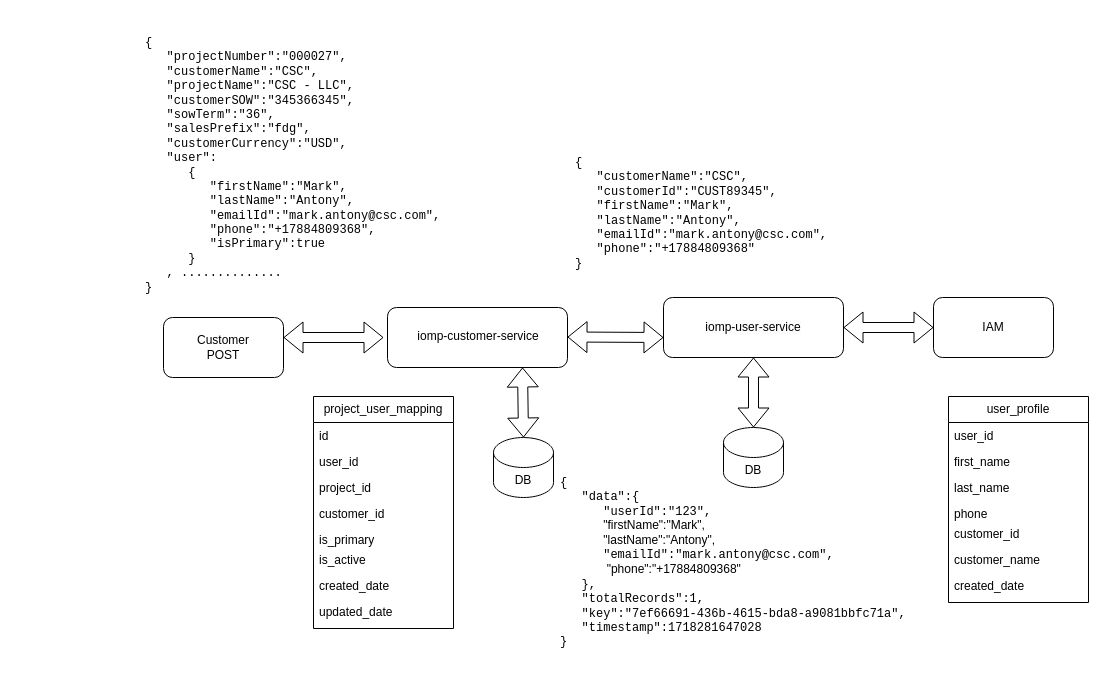
wesco-chandanabuduru/common-entities keeps this draw.io diagram as Edit and remove contact for customer account.drawio. Above is the earlier version. Source tidied: cells renumbered, new cells numbered last; positions are measured from the earlier drawing's top-left corner, leaving out a move shared by most shapes. Both pictures are drawn from the tidied source at 100%, with x=0, y=0 at pixel (143, 17).
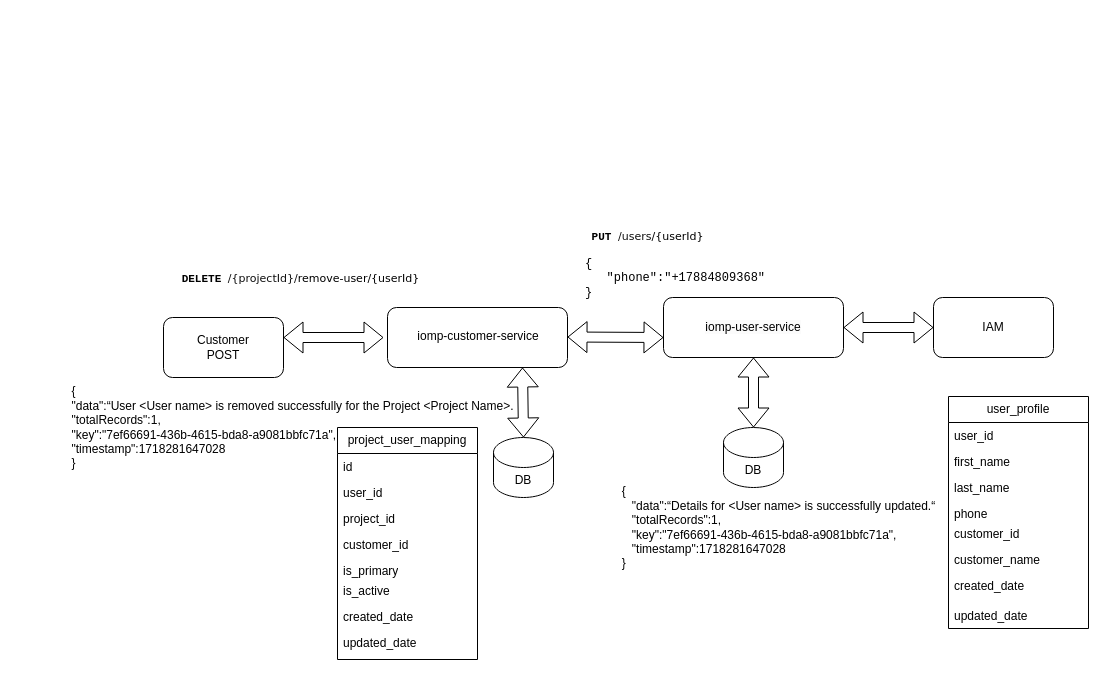
The same page after the edit.

What changed in the source:
```diff
@@
-    <mxCell id="8" value="&lt;pre style=&quot;margin-top: 0px;&quot;&gt;&lt;pre&gt;&lt;pre&gt;&lt;pre&gt;&lt;span dir=&quot;ltr&quot; class=&quot;ui-provider a b c d e f g h i j k l m n o p q r s t u v w x y z ab ac ae af ag ah ai aj ak&quot;&gt;&lt;p&gt;{&lt;br&gt;   &quot;projectNumber&quot;:&quot;000027&quot;,&lt;br&gt;   &quot;customerName&quot;:&quot;CSC&quot;,&lt;br&gt;   &quot;projectName&quot;:&quot;CSC - LLC&quot;,&lt;br&gt;   &quot;customerSOW&quot;:&quot;345366345&quot;,&lt;br&gt;   &quot;sowTerm&quot;:&quot;36&quot;,&lt;br&gt;   &quot;salesPrefix&quot;:&quot;fdg&quot;,&lt;br&gt;   &quot;customerCurrency&quot;:&quot;USD&quot;,&lt;br&gt;   &quot;user&quot;:&lt;br&gt;      {&lt;br&gt;         &quot;firstName&quot;:&quot;Mark&quot;,&lt;br&gt;         &quot;lastName&quot;:&quot;Antony&quot;,&lt;br&gt;         &quot;emailId&quot;:&quot;mark.antony@csc.com&quot;,&lt;br&gt;         &quot;phone&quot;:&quot;+17884809368&quot;,&lt;br&gt;         &quot;isPrimary&quot;:true&lt;br&gt;      }&lt;br&gt;   , ..............&lt;br&gt;}&lt;br&gt;&lt;/p&gt;&lt;p&gt;&lt;/p&gt;&lt;/span&gt;&lt;/pre&gt;&lt;/pre&gt;&lt;/pre&gt;&lt;/pre&gt;" style="text;html=1;whiteSpace=wrap;overflow=hidden;rounded=0;align=left;" parent="1" vertex="1">
-      <mxGeometry width="360" height="290" as="geometry" />
+    <mxCell id="8" value="&lt;pre style=&quot;margin-top: 0px;&quot;&gt;&lt;pre&gt;&lt;pre&gt;&lt;pre&gt;&lt;span dir=&quot;ltr&quot; class=&quot;ui-provider a b c d e f g h i j k l m n o p q r s t u v w x y z ab ac ae af ag ah ai aj ak&quot;&gt;&lt;p&gt;&lt;font style=&quot;font-size: 9px;&quot;&gt;&lt;br&gt;&lt;/font&gt;&lt;/p&gt;&lt;p&gt;&lt;font style=&quot;&quot;&gt;&lt;span style=&quot;font-size: 10px;&quot;&gt;     &lt;/span&gt;&lt;font style=&quot;font-size: 11px;&quot;&gt; &lt;b&gt;DELETE&lt;/b&gt;&lt;font style=&quot;&quot; color=&quot;#0f0f0f&quot;&gt; &lt;/font&gt;&lt;font style=&quot;&quot; face=&quot;Verdana&quot;&gt;&lt;span style=&quot;background-color: rgb(255, 255, 255); white-space: normal;&quot;&gt;&lt;font color=&quot;#0f0f0f&quot;&gt;/{projectId}&lt;/font&gt;&lt;/span&gt;&lt;span style=&quot;background-color: initial; white-space: normal;&quot;&gt;&lt;font style=&quot;&quot; color=&quot;#0f0f0f&quot;&gt;/&lt;/font&gt;remove-user/{userId}&lt;/span&gt;&lt;/font&gt;&lt;/font&gt;&lt;/font&gt;&lt;/p&gt;&lt;p&gt;&lt;/p&gt;&lt;/span&gt;&lt;/pre&gt;&lt;/pre&gt;&lt;/pre&gt;&lt;/pre&gt;" style="text;html=1;whiteSpace=wrap;overflow=hidden;rounded=0;align=left;" parent="1" vertex="1">
+      <mxGeometry y="210" width="360" height="70" as="geometry" />
     </mxCell>
@@
-    <mxCell id="13" value="&lt;pre style=&quot;margin-top: 0px;&quot;&gt;&lt;pre&gt;&lt;pre&gt;&lt;pre&gt;&lt;span dir=&quot;ltr&quot; class=&quot;ui-provider a b c d e f g h i j k l m n o p q r s t u v w x y z ab ac ae af ag ah ai aj ak&quot;&gt;&lt;pre&gt;{&lt;br/&gt;   &quot;customerName&quot;:&quot;CSC&quot;,&lt;br/&gt;   &quot;customerId&quot;:&quot;CUST89345&quot;,&lt;br/&gt;   &quot;firstName&quot;:&quot;Mark&quot;,&lt;br/&gt;   &quot;lastName&quot;:&quot;Antony&quot;,&lt;br/&gt;   &quot;emailId&quot;:&quot;mark.antony@csc.com&quot;,&lt;br/&gt;   &quot;phone&quot;:&quot;+17884809368&quot;&lt;br/&gt;}&lt;br&gt;&lt;/pre&gt;&lt;/span&gt;&lt;/pre&gt;&lt;/pre&gt;&lt;/pre&gt;&lt;/pre&gt;" style="text;html=1;whiteSpace=wrap;overflow=hidden;rounded=0;align=left;" parent="1" vertex="1">
-      <mxGeometry x="430" y="120" width="390" height="180" as="geometry" />
+    <mxCell id="13" value="&lt;pre style=&quot;margin-top: 0px;&quot;&gt;&lt;pre&gt;&lt;pre&gt;&lt;pre&gt;&lt;span dir=&quot;ltr&quot; class=&quot;ui-provider a b c d e f g h i j k l m n o p q r s t u v w x y z ab ac ae af ag ah ai aj ak&quot;&gt;&lt;pre&gt;&lt;span dir=&quot;ltr&quot; class=&quot;ui-provider a b c d e f g h i j k l m n o p q r s t u v w x y z ab ac ae af ag ah ai aj ak&quot;&gt;&lt;p&gt;&lt;span style=&quot;font-size: 10px;&quot;&gt;&lt;br class=&quot;Apple-interchange-newline&quot;&gt;&lt;/span&gt;&lt;font style=&quot;font-size: 11px;&quot;&gt; &lt;b&gt;PUT&lt;/b&gt;&lt;font color=&quot;#0f0f0f&quot;&gt; &lt;/font&gt;&lt;font face=&quot;Verdana&quot;&gt;&lt;span style=&quot;background-color: rgb(255, 255, 255); white-space: normal;&quot;&gt;&lt;font color=&quot;#0f0f0f&quot;&gt;/users&lt;/font&gt;&lt;/span&gt;&lt;span style=&quot;background-color: initial; white-space: normal;&quot;&gt;/{userId}&lt;/span&gt;&lt;/font&gt;&lt;/font&gt;&lt;/p&gt;&lt;/span&gt;&lt;/pre&gt;&lt;pre&gt;{&lt;br&gt;   &quot;phone&quot;:&quot;+17884809368&quot;&lt;br&gt;}&lt;br&gt;&lt;/pre&gt;&lt;/span&gt;&lt;/pre&gt;&lt;/pre&gt;&lt;/pre&gt;&lt;/pre&gt;" style="text;html=1;whiteSpace=wrap;overflow=hidden;rounded=0;align=left;" parent="1" vertex="1">
+      <mxGeometry x="440" y="180" width="390" height="180" as="geometry" />
     </mxCell>
-    <mxCell id="14" value="&lt;pre style=&quot;margin-top: 0px;&quot;&gt;&lt;pre&gt;&lt;pre&gt;&lt;pre&gt;&lt;span dir=&quot;ltr&quot; class=&quot;ui-provider a b c d e f g h i j k l m n o p q r s t u v w x y z ab ac ae af ag ah ai aj ak&quot;&gt;&lt;pre&gt;&lt;pre&gt;&lt;pre&gt;{&lt;br&gt;   &quot;data&quot;:{&lt;br&gt;      &quot;userId&quot;:&quot;123&quot;,&lt;br&gt;      &lt;span style=&quot;white-space: normal; font-size: 9pt; line-height: 13.8px; font-family: Calibri, sans-serif;&quot; lang=&quot;EN-US&quot;&gt;&quot;firstName&quot;:&quot;Mark&quot;,&lt;br&gt;&amp;nbsp; &amp;nbsp; &amp;nbsp; &amp;nbsp; &amp;nbsp; &amp;nbsp; &amp;nbsp;&quot;lastName&quot;:&quot;Antony&quot;,&lt;/span&gt;&lt;span style=&quot;white-space: normal; font-size: 9pt; line-height: 13.8px; font-family: Calibri, sans-serif;&quot; lang=&quot;EN-US&quot;&gt;&lt;br&gt;&lt;/span&gt;      &quot;emailId&quot;:&quot;mark.antony@csc.com&quot;,&lt;br&gt;&lt;span style=&quot;background-color: initial; font-family: Helvetica; white-space: normal;&quot;&gt;&amp;nbsp; &amp;nbsp; &amp;nbsp; &amp;nbsp; &amp;nbsp; &amp;nbsp; &amp;nbsp; &quot;phone&quot;:&quot;+17884809368&quot;&lt;br&gt;&lt;/span&gt;   },&lt;br&gt;   &quot;totalRecords&quot;:1,&lt;br&gt;   &quot;key&quot;:&quot;7ef66691-436b-4615-bda8-a9081bbfc71a&quot;,&lt;br&gt;   &quot;timestamp&quot;:1718281647028&lt;br&gt;}&lt;/pre&gt;&lt;/pre&gt;&lt;blockquote&gt;&lt;span style=&quot;font-size: medium; white-space: normal;&quot;&gt;&lt;/span&gt;&lt;/blockquote&gt;&lt;/pre&gt;&lt;/span&gt;&lt;/pre&gt;&lt;/pre&gt;&lt;/pre&gt;&lt;/pre&gt;" style="text;html=1;whiteSpace=wrap;overflow=hidden;rounded=0;align=left;" parent="1" vertex="1">
-      <mxGeometry x="415" y="440" width="390" height="190" as="geometry" />
-    </mxCell>
@@
     <mxCell id="17" value="user_profile" style="swimlane;fontStyle=0;horizontal=1;startSize=26;fillColor=none;whiteSpace=wrap;html=1;" parent="1" vertex="1">
-      <mxGeometry x="805" y="379" width="140" height="206" as="geometry" />
+      <mxGeometry x="805" y="379" width="140" height="232" as="geometry" />
     </mxCell>
@@
+    <mxCell id="34" value="updated_date" style="text;strokeColor=none;fillColor=none;align=left;verticalAlign=top;spacingLeft=4;spacingRight=4;overflow=hidden;whiteSpace=wrap;html=1;" parent="17" vertex="1">
+      <mxGeometry y="206" width="140" height="26" as="geometry" />
+    </mxCell>
     <mxCell id="25" value="project_user_mapping" style="swimlane;fontStyle=0;horizontal=1;startSize=26;fillColor=none;whiteSpace=wrap;html=1;" parent="1" vertex="1">
-      <mxGeometry x="170" y="379" width="140" height="232" as="geometry" />
+      <mxGeometry x="194" y="410" width="140" height="232" as="geometry" />
     </mxCell>
@@
+    <mxCell id="35" value="&lt;blockquote style=&quot;text-align: left;&quot;&gt;{&lt;br&gt;   &quot;data&quot;:&lt;span style=&quot;font-family: Helvetica; text-align: center; white-space-collapse: collapse;&quot;&gt;“User &amp;lt;User name&amp;gt; is removed successfully for the Project &amp;lt;Project Name&amp;gt;.&lt;br&gt;&lt;/span&gt;   &quot;totalRecords&quot;:1,&lt;br&gt;   &quot;key&quot;:&quot;7ef66691-436b-4615-bda8-a9081bbfc71a&quot;,&lt;br&gt;   &quot;timestamp&quot;:1718281647028&lt;br&gt;}&lt;/blockquote&gt;" style="text;html=1;align=center;verticalAlign=middle;strokeColor=none;fillColor=none;" parent="1" vertex="1">
+      <mxGeometry x="-126" y="350" width="550" height="120" as="geometry" />
+    </mxCell>
+    <mxCell id="36" value="&lt;blockquote style=&quot;text-align: left;&quot;&gt;{&lt;br&gt;&amp;nbsp; &amp;nbsp;&quot;data&quot;:&lt;span style=&quot;font-family: Helvetica; text-align: center; white-space-collapse: collapse;&quot;&gt;“&lt;/span&gt;&lt;span style=&quot;background-color: initial;&quot;&gt;Details for &amp;lt;User name&amp;gt;  is successfully updated.“&lt;/span&gt;&lt;br&gt;&amp;nbsp; &amp;nbsp;&quot;totalRecords&quot;:1,&lt;br&gt;&amp;nbsp; &amp;nbsp;&quot;key&quot;:&quot;7ef66691-436b-4615-bda8-a9081bbfc71a&quot;,&lt;br&gt;&amp;nbsp; &amp;nbsp;&quot;timestamp&quot;:1718281647028&lt;br&gt;}&lt;/blockquote&gt;" style="text;html=1;align=center;verticalAlign=middle;strokeColor=none;fillColor=none;" parent="1" vertex="1">
+      <mxGeometry x="425" y="450" width="420" height="120" as="geometry" />
+    </mxCell>
```
